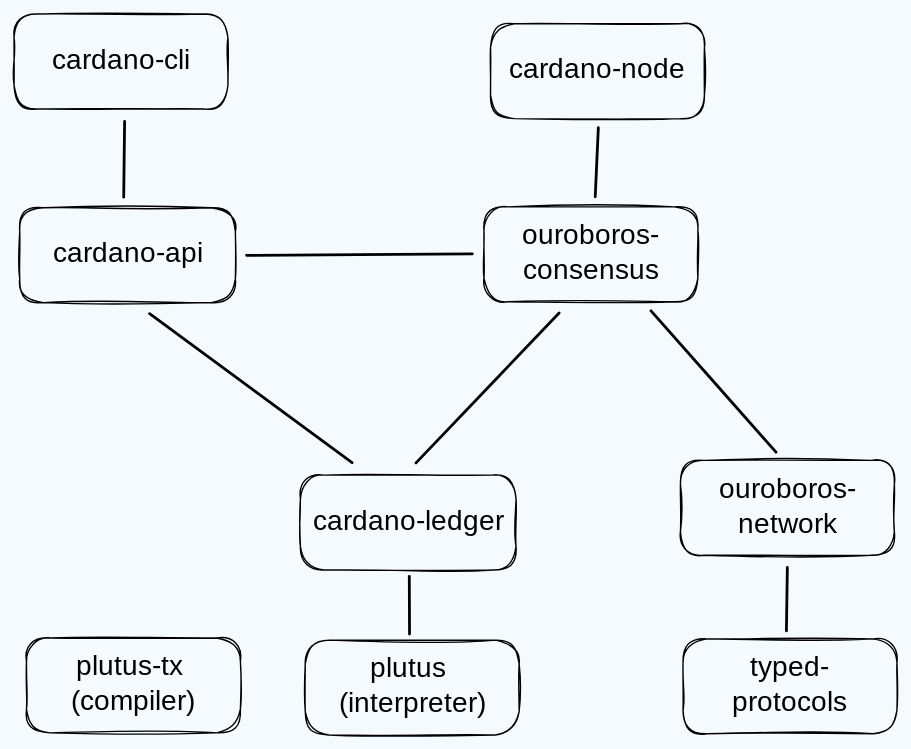
Before: src/components.excalidraw.svg, a diagram exported from Excalidraw (rkuhn/cardano-blueprint). Source tidied: one line per element, renumbered; positions are measured from the earlier drawing's top-left corner, leaving out a move shared by most shapes. Its diagram source:
```json
{"id": 0, "type": "arrow", "strokeColor": "#000000", "backgroundColor": "#1971c2", "fillStyle": "solid", "strokeWidth": 2, "roughness": 0, "round": true, "from": 8, "to": 18, "x": 389, "y": 214, "width": 102, "height": 107, "points": [[0, 0], [-102, 107]]}
{"id": 1, "type": "arrow", "strokeColor": "#000000", "backgroundColor": "#1971c2", "fillStyle": "solid", "strokeWidth": 2, "roughness": 0, "round": true, "from": 20, "to": 18, "x": 97, "y": 214, "width": 145, "height": 106, "points": [[0, 0], [145, 106]]}
{"id": 2, "type": "arrow", "strokeColor": "#000000", "backgroundColor": "#1971c2", "fillStyle": "solid", "strokeWidth": 2, "roughness": 0, "round": true, "from": 24, "to": 20, "x": 79, "y": 77, "width": 1, "height": 54, "points": [[0, 0], [-1, 54]]}
{"id": 3, "type": "arrow", "strokeColor": "#000000", "backgroundColor": "#1971c2", "fillStyle": "solid", "strokeWidth": 2, "roughness": 0, "round": true, "from": 8, "to": 20, "x": 327, "y": 171, "width": 161, "height": 1, "points": [[0, 0], [-161, 1]]}
{"id": 4, "type": "arrow", "strokeColor": "#000000", "backgroundColor": "#1971c2", "fillStyle": "solid", "strokeWidth": 2, "roughness": 0, "round": true, "from": 8, "to": 10, "x": 455, "y": 212, "width": 89, "height": 101, "points": [[0, 0], [89, 101]]}
{"id": 5, "type": "arrow", "strokeColor": "#000000", "backgroundColor": "#1971c2", "fillStyle": "solid", "strokeWidth": 2, "roughness": 0, "round": true, "from": 22, "to": 8, "x": 417, "y": 81, "width": 2, "height": 49, "points": [[0, 0], [-2, 49]]}
{"id": 6, "type": "arrow", "strokeColor": "#000000", "backgroundColor": "#1971c2", "fillStyle": "solid", "strokeWidth": 2, "roughness": 0, "round": true, "from": 18, "to": 14, "x": 282, "y": 402, "width": 0, "height": 41, "points": [[0, 0], [0, 41]]}
{"id": 7, "type": "arrow", "strokeColor": "#000000", "backgroundColor": "#1971c2", "fillStyle": "solid", "strokeWidth": 2, "roughness": 0, "round": true, "from": 10, "to": 12, "x": 552, "y": 395, "width": 1, "height": 45, "points": [[0, 0], [-1, 45]]}
{"id": 8, "type": "rectangle", "strokeColor": "#000000", "strokeWidth": 1, "roughness": 1, "round": true, "x": 336, "y": 138, "width": 153, "height": 68}
{"id": 9, "type": "text", "text": "ouroboros-\nconsensus", "strokeColor": "#000000", "strokeWidth": 1, "roughness": 1, "fontSize": 20, "fontFamily": 1, "textAlign": "center", "verticalAlign": "middle", "inside": 8, "x": 361, "y": 147, "width": 102, "height": 50}
{"id": 10, "type": "rectangle", "strokeColor": "#000000", "strokeWidth": 1, "roughness": 1, "round": true, "x": 476, "y": 319, "width": 153, "height": 68}
{"id": 11, "type": "text", "text": "ouroboros-\nnetwork", "strokeColor": "#000000", "strokeWidth": 1, "roughness": 1, "fontSize": 20, "fontFamily": 1, "textAlign": "center", "verticalAlign": "middle", "inside": 10, "x": 501, "y": 328, "width": 102, "height": 50}
{"id": 12, "type": "rectangle", "strokeColor": "#000000", "strokeWidth": 1, "roughness": 1, "round": true, "x": 478, "y": 446, "width": 153, "height": 68}
{"id": 13, "type": "text", "text": "typed-\nprotocols", "strokeColor": "#000000", "strokeWidth": 1, "roughness": 1, "fontSize": 20, "fontFamily": 1, "textAlign": "center", "verticalAlign": "middle", "inside": 12, "x": 510, "y": 455, "width": 89, "height": 50}
{"id": 14, "type": "rectangle", "strokeColor": "#000000", "strokeWidth": 1, "roughness": 1, "round": true, "x": 208, "y": 447, "width": 153, "height": 68}
{"id": 15, "type": "text", "text": "plutus \n(interpreter)", "strokeColor": "#000000", "strokeWidth": 1, "roughness": 1, "fontSize": 20, "fontFamily": 1, "textAlign": "center", "verticalAlign": "middle", "inside": 14, "x": 224, "y": 456, "width": 120, "height": 50}
{"id": 16, "type": "rectangle", "strokeColor": "#000000", "strokeWidth": 1, "roughness": 1, "round": true, "x": 9, "y": 446, "width": 153, "height": 68}
{"id": 17, "type": "text", "text": "plutus-tx \n(compiler)", "strokeColor": "#000000", "strokeWidth": 1, "roughness": 1, "fontSize": 20, "fontFamily": 1, "textAlign": "center", "verticalAlign": "middle", "inside": 16, "x": 35, "y": 455, "width": 101, "height": 50}
{"id": 18, "type": "rectangle", "strokeColor": "#000000", "strokeWidth": 1, "roughness": 1, "round": true, "x": 205, "y": 329, "width": 154, "height": 68}
{"id": 19, "type": "text", "text": "cardano-ledger", "strokeColor": "#000000", "strokeWidth": 1, "roughness": 1, "fontSize": 20, "fontFamily": 1, "textAlign": "center", "verticalAlign": "middle", "inside": 18, "x": 210, "y": 351, "width": 144, "height": 25}
{"id": 20, "type": "rectangle", "strokeColor": "#000000", "strokeWidth": 1, "roughness": 1, "round": true, "x": 4, "y": 138, "width": 154, "height": 68}
{"id": 21, "type": "text", "text": "cardano-api", "strokeColor": "#000000", "strokeWidth": 1, "roughness": 1, "fontSize": 20, "fontFamily": 1, "textAlign": "center", "verticalAlign": "middle", "inside": 20, "x": 25, "y": 160, "width": 113, "height": 25}
{"id": 22, "type": "rectangle", "strokeColor": "#000000", "strokeWidth": 1, "roughness": 1, "round": true, "x": 340, "y": 7, "width": 153, "height": 68}
{"id": 23, "type": "text", "text": "cardano-node", "strokeColor": "#000000", "strokeWidth": 1, "roughness": 1, "fontSize": 20, "fontFamily": 1, "textAlign": "center", "verticalAlign": "middle", "inside": 22, "x": 352, "y": 28, "width": 129, "height": 25}
{"id": 24, "type": "rectangle", "strokeColor": "#000000", "strokeWidth": 1, "roughness": 1, "round": true, "x": 0, "y": 0, "width": 153, "height": 68}
{"id": 25, "type": "text", "text": "cardano-cli", "strokeColor": "#000000", "strokeWidth": 1, "roughness": 1, "fontSize": 20, "fontFamily": 1, "textAlign": "center", "verticalAlign": "middle", "inside": 24, "x": 24, "y": 21, "width": 105, "height": 25}
```
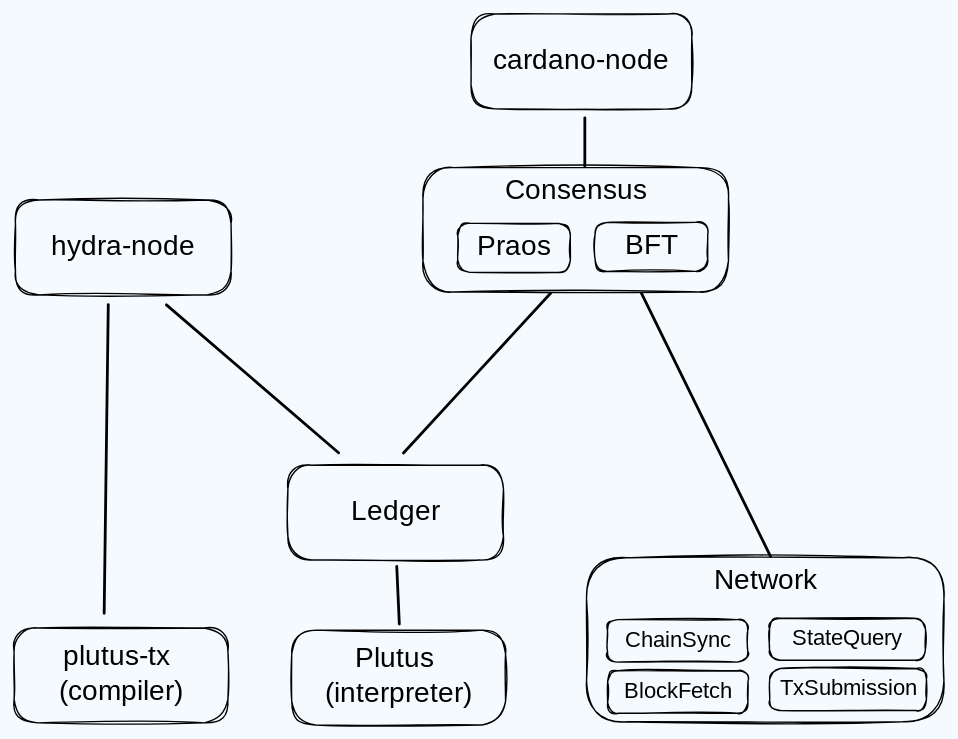
Later version of the same file.

Commit message:
Write about alternatives

What changed in the source:
```diff
@@ -1,26 +1,32 @@
-{"id": 0, "type": "arrow", "strokeColor": "#000000", "backgroundColor": "#1971c2", "fillStyle": "solid", "strokeWidth": 2, "roughness": 0, "round": true, "from": 8, "to": 18, "x": 389, "y": 214, "width": 102, "height": 107, "points": [[0, 0], [-102, 107]]}
+{"id": 0, "type": "arrow", "strokeColor": "#000000", "backgroundColor": "#1971c2", "fillStyle": "solid", "strokeWidth": 2, "roughness": 0, "round": true, "from": 8, "to": 18, "x": 392, "y": 207, "width": 105, "height": 114, "points": [[0, 0], [-105, 114]]}
-{"id": 1, "type": "arrow", "strokeColor": "#000000", "backgroundColor": "#1971c2", "fillStyle": "solid", "strokeWidth": 2, "roughness": 0, "round": true, "from": 20, "to": 18, "x": 97, "y": 214, "width": 145, "height": 106, "points": [[0, 0], [145, 106]]}
+{"id": 1, "type": "arrow", "strokeColor": "#000000", "backgroundColor": "#1971c2", "fillStyle": "solid", "strokeWidth": 2, "roughness": 0, "round": true, "from": 20, "to": 18, "x": 118, "y": 215, "width": 123, "height": 106, "points": [[0, 0], [123, 106]]}
-{"id": 2, "type": "arrow", "strokeColor": "#000000", "backgroundColor": "#1971c2", "fillStyle": "solid", "strokeWidth": 2, "roughness": 0, "round": true, "from": 24, "to": 20, "x": 79, "y": 77, "width": 1, "height": 54, "points": [[0, 0], [-1, 54]]}
-{"id": 3, "type": "arrow", "strokeColor": "#000000", "backgroundColor": "#1971c2", "fillStyle": "solid", "strokeWidth": 2, "roughness": 0, "round": true, "from": 8, "to": 20, "x": 327, "y": 171, "width": 161, "height": 1, "points": [[0, 0], [-161, 1]]}
+{"id": 26, "type": "arrow", "strokeColor": "#000000", "backgroundColor": "#1971c2", "fillStyle": "solid", "strokeWidth": 2, "roughness": 0, "round": true, "from": 20, "to": 16, "x": 76, "y": 215, "width": 3, "height": 221, "points": [[0, 0], [-3, 221]]}
-{"id": 4, "type": "arrow", "strokeColor": "#000000", "backgroundColor": "#1971c2", "fillStyle": "solid", "strokeWidth": 2, "roughness": 0, "round": true, "from": 8, "to": 10, "x": 455, "y": 212, "width": 89, "height": 101, "points": [[0, 0], [89, 101]]}
+{"id": 4, "type": "arrow", "strokeColor": "#000000", "backgroundColor": "#1971c2", "fillStyle": "solid", "strokeWidth": 2, "roughness": 0, "round": true, "from": 8, "to": 10, "x": 457, "y": 207, "width": 92, "height": 188, "points": [[0, 0], [92, 188]]}
-{"id": 5, "type": "arrow", "strokeColor": "#000000", "backgroundColor": "#1971c2", "fillStyle": "solid", "strokeWidth": 2, "roughness": 0, "round": true, "from": 22, "to": 8, "x": 417, "y": 81, "width": 2, "height": 49, "points": [[0, 0], [-2, 49]]}
+{"id": 5, "type": "arrow", "strokeColor": "#000000", "backgroundColor": "#1971c2", "fillStyle": "solid", "strokeWidth": 2, "roughness": 0, "round": true, "from": 22, "to": 8, "x": 417, "y": 81, "width": 0, "height": 35, "points": [[0, 0], [0, 35]]}
-{"id": 6, "type": "arrow", "strokeColor": "#000000", "backgroundColor": "#1971c2", "fillStyle": "solid", "strokeWidth": 2, "roughness": 0, "round": true, "from": 18, "to": 14, "x": 282, "y": 402, "width": 0, "height": 41, "points": [[0, 0], [0, 41]]}
+{"id": 6, "type": "arrow", "strokeColor": "#000000", "backgroundColor": "#1971c2", "fillStyle": "solid", "strokeWidth": 2, "roughness": 0, "round": true, "from": 18, "to": 14, "x": 282, "y": 402, "width": 2, "height": 41, "points": [[0, 0], [2, 41]]}
-{"id": 7, "type": "arrow", "strokeColor": "#000000", "backgroundColor": "#1971c2", "fillStyle": "solid", "strokeWidth": 2, "roughness": 0, "round": true, "from": 10, "to": 12, "x": 552, "y": 395, "width": 1, "height": 45, "points": [[0, 0], [-1, 45]]}
-{"id": 8, "type": "rectangle", "strokeColor": "#000000", "strokeWidth": 1, "roughness": 1, "round": true, "x": 336, "y": 138, "width": 153, "height": 68}
+{"id": 8, "type": "rectangle", "strokeColor": "#000000", "strokeWidth": 1, "roughness": 1, "round": true, "x": 301, "y": 117, "width": 218, "height": 89}
-{"id": 9, "type": "text", "text": "ouroboros-\nconsensus", "strokeColor": "#000000", "strokeWidth": 1, "roughness": 1, "fontSize": 20, "fontFamily": 1, "textAlign": "center", "verticalAlign": "middle", "inside": 8, "x": 361, "y": 147, "width": 102, "height": 50}
+{"id": 9, "type": "text", "text": "Consensus", "strokeColor": "#000000", "strokeWidth": 1, "roughness": 1, "fontSize": 20, "fontFamily": 1, "textAlign": "center", "inside": 8, "x": 361, "y": 122, "width": 98, "height": 25}
-{"id": 10, "type": "rectangle", "strokeColor": "#000000", "strokeWidth": 1, "roughness": 1, "round": true, "x": 476, "y": 319, "width": 153, "height": 68}
+{"id": 10, "type": "rectangle", "strokeColor": "#000000", "strokeWidth": 1, "roughness": 1, "round": true, "x": 418, "y": 395, "width": 255, "height": 117}
-{"id": 11, "type": "text", "text": "ouroboros-\nnetwork", "strokeColor": "#000000", "strokeWidth": 1, "roughness": 1, "fontSize": 20, "fontFamily": 1, "textAlign": "center", "verticalAlign": "middle", "inside": 10, "x": 501, "y": 328, "width": 102, "height": 50}
+{"id": 11, "type": "text", "text": "Network", "strokeColor": "#000000", "strokeWidth": 1, "roughness": 1, "fontSize": 20, "fontFamily": 1, "textAlign": "center", "inside": 10, "x": 507, "y": 400, "width": 77, "height": 25}
-{"id": 12, "type": "rectangle", "strokeColor": "#000000", "strokeWidth": 1, "roughness": 1, "round": true, "x": 478, "y": 446, "width": 153, "height": 68}
-{"id": 13, "type": "text", "text": "typed-\nprotocols", "strokeColor": "#000000", "strokeWidth": 1, "roughness": 1, "fontSize": 20, "fontFamily": 1, "textAlign": "center", "verticalAlign": "middle", "inside": 12, "x": 510, "y": 455, "width": 89, "height": 50}
-{"id": 14, "type": "rectangle", "strokeColor": "#000000", "strokeWidth": 1, "roughness": 1, "round": true, "x": 208, "y": 447, "width": 153, "height": 68}
+{"id": 14, "type": "rectangle", "strokeColor": "#000000", "strokeWidth": 1, "roughness": 1, "round": true, "x": 207, "y": 447, "width": 153, "height": 68}
-{"id": 15, "type": "text", "text": "plutus \n(interpreter)", "strokeColor": "#000000", "strokeWidth": 1, "roughness": 1, "fontSize": 20, "fontFamily": 1, "textAlign": "center", "verticalAlign": "middle", "inside": 14, "x": 224, "y": 456, "width": 120, "height": 50}
+{"id": 15, "type": "text", "text": "Plutus \n(interpreter)", "strokeColor": "#000000", "strokeWidth": 1, "roughness": 1, "fontSize": 20, "fontFamily": 1, "textAlign": "center", "verticalAlign": "middle", "inside": 14, "x": 224, "y": 456, "width": 120, "height": 50}
 {"id": 16, "type": "rectangle", "strokeColor": "#000000", "strokeWidth": 1, "roughness": 1, "round": true, "x": 9, "y": 446, "width": 153, "height": 68}
 {"id": 17, "type": "text", "text": "plutus-tx \n(compiler)", "strokeColor": "#000000", "strokeWidth": 1, "roughness": 1, "fontSize": 20, "fontFamily": 1, "textAlign": "center", "verticalAlign": "middle", "inside": 16, "x": 35, "y": 455, "width": 101, "height": 50}
 {"id": 18, "type": "rectangle", "strokeColor": "#000000", "strokeWidth": 1, "roughness": 1, "round": true, "x": 205, "y": 329, "width": 154, "height": 68}
-{"id": 19, "type": "text", "text": "cardano-ledger", "strokeColor": "#000000", "strokeWidth": 1, "roughness": 1, "fontSize": 20, "fontFamily": 1, "textAlign": "center", "verticalAlign": "middle", "inside": 18, "x": 210, "y": 351, "width": 144, "height": 25}
+{"id": 19, "type": "text", "text": "Ledger", "strokeColor": "#000000", "strokeWidth": 1, "roughness": 1, "fontSize": 20, "fontFamily": 1, "textAlign": "center", "verticalAlign": "middle", "inside": 18, "x": 249, "y": 351, "width": 65, "height": 25}
+{"id": 27, "type": "rectangle", "strokeColor": "#000000", "strokeWidth": 1, "roughness": 1, "round": true, "x": 424, "y": 156, "width": 80, "height": 35}
+{"id": 28, "type": "text", "text": "BFT", "strokeColor": "#000000", "strokeWidth": 1, "roughness": 1, "fontSize": 20, "fontFamily": 1, "textAlign": "center", "verticalAlign": "middle", "inside": 27, "x": 443, "y": 161, "width": 43, "height": 25}
+{"id": 29, "type": "rectangle", "strokeColor": "#000000", "strokeWidth": 1, "roughness": 1, "round": true, "x": 326, "y": 157, "width": 80, "height": 35}
+{"id": 30, "type": "text", "text": "Praos", "strokeColor": "#000000", "strokeWidth": 1, "roughness": 1, "fontSize": 20, "fontFamily": 1, "textAlign": "center", "verticalAlign": "middle", "inside": 29, "x": 337, "y": 162, "width": 57, "height": 25}
+{"id": 31, "type": "rectangle", "strokeColor": "#000000", "strokeWidth": 1, "roughness": 1, "round": true, "x": 433, "y": 440, "width": 100, "height": 30}
+{"id": 32, "type": "text", "text": "ChainSync", "strokeColor": "#000000", "strokeWidth": 1, "roughness": 1, "fontSize": 16, "fontFamily": 1, "textAlign": "center", "verticalAlign": "middle", "inside": 31, "x": 447, "y": 445, "width": 73, "height": 20}
+{"id": 33, "type": "rectangle", "strokeColor": "#000000", "strokeWidth": 1, "roughness": 1, "round": true, "x": 433, "y": 476, "width": 100, "height": 30}
+{"id": 34, "type": "text", "text": "BlockFetch", "strokeColor": "#000000", "strokeWidth": 1, "roughness": 1, "fontSize": 16, "fontFamily": 1, "textAlign": "center", "verticalAlign": "middle", "inside": 33, "x": 441, "y": 481, "width": 85, "height": 20}
+{"id": 35, "type": "rectangle", "strokeColor": "#000000", "strokeWidth": 1, "roughness": 1, "round": true, "x": 549, "y": 439, "width": 111, "height": 30}
+{"id": 36, "type": "text", "text": "StateQuery", "strokeColor": "#000000", "strokeWidth": 1, "roughness": 1, "fontSize": 16, "fontFamily": 1, "textAlign": "center", "verticalAlign": "middle", "inside": 35, "x": 558, "y": 444, "width": 92, "height": 20}
+{"id": 37, "type": "rectangle", "strokeColor": "#000000", "strokeWidth": 1, "roughness": 1, "round": true, "x": 549, "y": 475, "width": 112, "height": 30}
+{"id": 38, "type": "text", "text": "TxSubmission", "strokeColor": "#000000", "strokeWidth": 1, "roughness": 1, "fontSize": 16, "fontFamily": 1, "textAlign": "center", "verticalAlign": "middle", "inside": 37, "x": 554, "y": 480, "width": 101, "height": 20}
-{"id": 20, "type": "rectangle", "strokeColor": "#000000", "strokeWidth": 1, "roughness": 1, "round": true, "x": 4, "y": 138, "width": 154, "height": 68}
+{"id": 20, "type": "rectangle", "strokeColor": "#000000", "strokeWidth": 1, "roughness": 1, "round": true, "x": 10, "y": 140, "width": 154, "height": 68}
-{"id": 21, "type": "text", "text": "cardano-api", "strokeColor": "#000000", "strokeWidth": 1, "roughness": 1, "fontSize": 20, "fontFamily": 1, "textAlign": "center", "verticalAlign": "middle", "inside": 20, "x": 25, "y": 160, "width": 113, "height": 25}
+{"id": 21, "type": "text", "text": "hydra-node", "strokeColor": "#000000", "strokeWidth": 1, "roughness": 1, "fontSize": 20, "fontFamily": 1, "textAlign": "center", "verticalAlign": "middle", "inside": 20, "x": 35, "y": 161, "width": 105, "height": 25}
-{"id": 22, "type": "rectangle", "strokeColor": "#000000", "strokeWidth": 1, "roughness": 1, "round": true, "x": 340, "y": 7, "width": 153, "height": 68}
+{"id": 22, "type": "rectangle", "strokeColor": "#000000", "strokeWidth": 1, "roughness": 1, "round": true, "x": 335, "y": 7, "width": 158, "height": 68}
-{"id": 23, "type": "text", "text": "cardano-node", "strokeColor": "#000000", "strokeWidth": 1, "roughness": 1, "fontSize": 20, "fontFamily": 1, "textAlign": "center", "verticalAlign": "middle", "inside": 22, "x": 352, "y": 28, "width": 129, "height": 25}
+{"id": 23, "type": "text", "text": "cardano-node", "strokeColor": "#000000", "strokeWidth": 1, "roughness": 1, "fontSize": 20, "fontFamily": 1, "textAlign": "center", "verticalAlign": "middle", "inside": 22, "x": 350, "y": 28, "width": 129, "height": 25}
-{"id": 24, "type": "rectangle", "strokeColor": "#000000", "strokeWidth": 1, "roughness": 1, "round": true, "x": 0, "y": 0, "width": 153, "height": 68}
-{"id": 25, "type": "text", "text": "cardano-cli", "strokeColor": "#000000", "strokeWidth": 1, "roughness": 1, "fontSize": 20, "fontFamily": 1, "textAlign": "center", "verticalAlign": "middle", "inside": 24, "x": 24, "y": 21, "width": 105, "height": 25}
```
